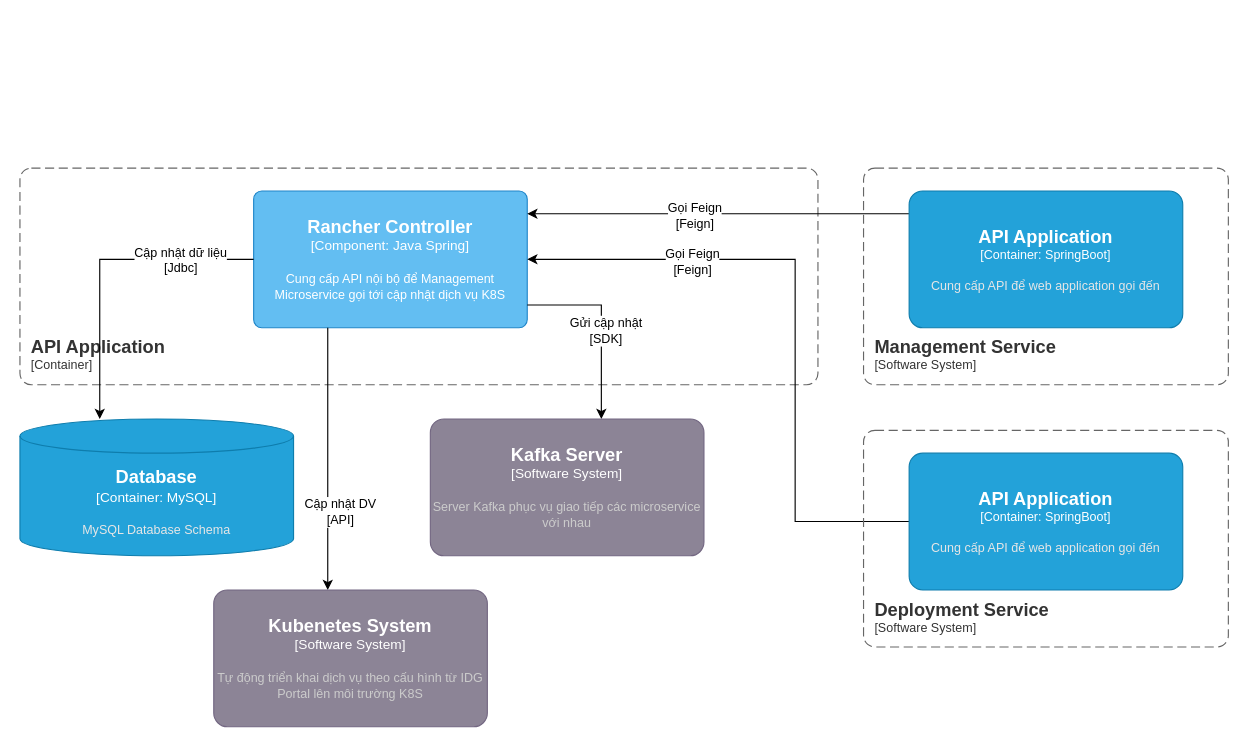
This is Idg-Portal lv3 api rancher.drawio from dangngocsoncntt/draw.io, a draw.io file, before an edit. Source tidied: cells renumbered, new cells numbered last; positions are measured from the earlier drawing's top-left corner, leaving out a move shared by most shapes. Both pictures are drawn from the tidied source at 114%, with x=0, y=0 at pixel (19, 168).
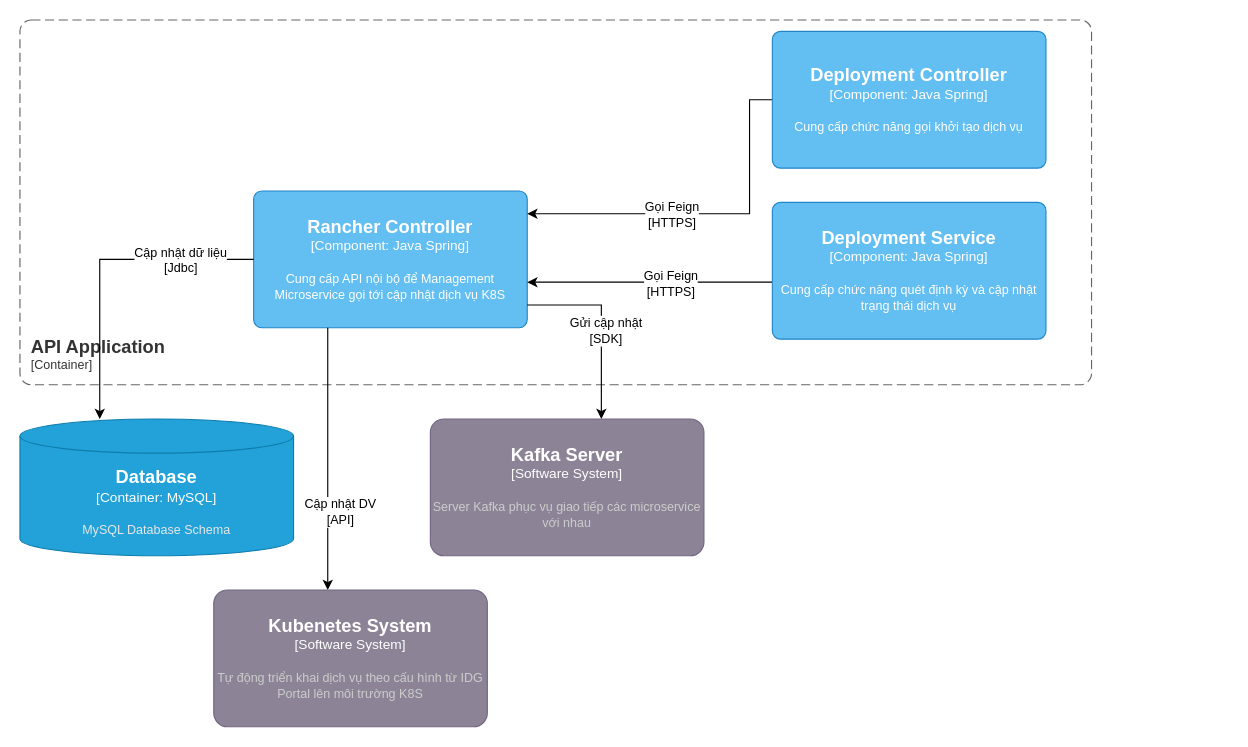
Above is the later version.

Unchanged cells that the change refers to:
```xml
<object id="3" label="&lt;font style=&quot;font-size: 16px&quot;&gt;&lt;b&gt;%c4Name%&lt;/b&gt;&lt;/font&gt;&lt;div&gt;[%c4Type%: %c4Technology%]&lt;/div&gt;&lt;br&gt;&lt;div&gt;&lt;font style=&quot;font-size: 11px&quot;&gt;%c4Description%&lt;/font&gt;&lt;/div&gt;" c4Description="Cung cấp API nội bộ để Management Microservice gọi tới cập nhật dịch vụ K8S" c4Name="Rancher Controller" c4Technology="Java Spring" c4Type="Component" placeholders="1">
  <mxCell style="rounded=1;whiteSpace=wrap;html=1;labelBackgroundColor=none;fillColor=#63BEF2;fontColor=#ffffff;align=center;arcSize=6;strokeColor=#2086C9;points=[[0.25,0,0],[0.5,0,0],[0.75,0,0],[1,0.25,0],[1,0.5,0],[1,0.75,0],[0.75,1,0],[0.5,1,0],[0.25,1,0],[0,0.75,0],[0,0.5,0],[0,0.25,0]];" parent="1" vertex="1">
    <mxGeometry x="205" y="20" width="240" height="120" as="geometry" />
  </mxCell>
</object>
```

The edit, as a diff of the source:
```diff
@@
     <object id="2" label="&lt;font style=&quot;font-size: 16px&quot;&gt;&lt;b&gt;&lt;div style=&quot;text-align: left&quot;&gt;%c4Name%&lt;/div&gt;&lt;/b&gt;&lt;/font&gt;&lt;div style=&quot;text-align: left&quot;&gt;[%c4Application%]&lt;/div&gt;" c4Application="Container" c4Name="API Application" placeholders="1">
       <mxCell style="rounded=1;fontSize=11;whiteSpace=wrap;html=1;dashed=1;arcSize=20;fillColor=none;strokeColor=#666666;fontColor=#333333;labelBackgroundColor=none;align=left;verticalAlign=bottom;labelBorderColor=none;spacingTop=0;spacing=10;dashPattern=8 4;perimeter=rectanglePerimeter;noLabel=0;labelPadding=0;absoluteArcSize=1;" parent="1" vertex="1">
-        <mxGeometry width="700" height="190" as="geometry" />
+        <mxGeometry y="-130" width="940" height="320" as="geometry" />
       </mxCell>
     </object>
@@
-    <mxCell id="13" style="edgeStyle=orthogonalEdgeStyle;rounded=0;jettySize=auto;html=1;" parent="1" edge="1" source="15" target="3">
+    <mxCell id="13" style="edgeStyle=orthogonalEdgeStyle;rounded=0;jettySize=auto;html=1;" parent="1" edge="1" source="21" target="3">
       <mxGeometry relative="1" as="geometry">
         <Array as="points">
-          <mxPoint x="680" y="40" />
-          <mxPoint x="680" y="40" />
+          <mxPoint x="640" y="-60" />
+          <mxPoint x="640" y="40" />
         </Array>
       </mxGeometry>
     </mxCell>
-    <mxCell id="14" value="Gọi Feign&lt;br&gt;[Feign]" style="edgeLabel;html=1;align=center;verticalAlign=middle;" parent="13" vertex="1">
-      <mxGeometry x="0.13" y="1" relative="1" as="geometry" />
+    <mxCell id="14" value="Gọi Feign&lt;br&gt;[HTTPS]" style="edgeLabel;html=1;align=center;verticalAlign=middle;" parent="13" vertex="1">
+      <mxGeometry x="0.13" y="1" relative="1" as="geometry">
+        <mxPoint x="-11" y="-1" as="offset" />
+      </mxGeometry>
     </mxCell>
-    <object id="15" label="&lt;font style=&quot;font-size: 16px&quot;&gt;&lt;b&gt;%c4Name%&lt;/b&gt;&lt;/font&gt;&lt;div&gt;[%c4Type%: %c4Technology%]&lt;/div&gt;&lt;br&gt;&lt;div&gt;&lt;font style=&quot;font-size: 11px&quot;&gt;&lt;font color=&quot;#E6E6E6&quot;&gt;%c4Description%&lt;/font&gt;&lt;/div&gt;" c4Description="Cung cấp API để web application gọi đến " c4Name="API Application" c4Technology="SpringBoot" c4Type="Container" placeholders="1">
-      <mxCell style="rounded=1;whiteSpace=wrap;html=1;fontSize=11;labelBackgroundColor=none;fillColor=#23A2D9;fontColor=#ffffff;align=center;arcSize=10;strokeColor=#0E7DAD;points=[[0.25,0,0],[0.5,0,0],[0.75,0,0],[1,0.25,0],[1,0.5,0],[1,0.75,0],[0.75,1,0],[0.5,1,0],[0.25,1,0],[0,0.75,0],[0,0.5,0],[0,0.25,0]];" parent="1" vertex="1">
-        <mxGeometry x="780" y="20" width="240" height="120" as="geometry" />
-      </mxCell>
-    </object>
-    <object id="16" label="&lt;font style=&quot;font-size: 16px&quot;&gt;&lt;b&gt;&lt;div style=&quot;text-align: left&quot;&gt;%c4Name%&lt;/div&gt;&lt;/b&gt;&lt;/font&gt;&lt;div style=&quot;text-align: left&quot;&gt;[%c4Application%]&lt;/div&gt;" c4Application="Software System" c4Name="Management Service" placeholders="1">
-      <mxCell style="rounded=1;fontSize=11;whiteSpace=wrap;html=1;dashed=1;arcSize=20;fillColor=none;strokeColor=#666666;fontColor=#333333;labelBackgroundColor=none;align=left;verticalAlign=bottom;labelBorderColor=none;spacingTop=0;spacing=10;dashPattern=8 4;perimeter=rectanglePerimeter;noLabel=0;labelPadding=0;absoluteArcSize=1;" parent="1" vertex="1">
-        <mxGeometry x="740" width="320" height="190" as="geometry" />
-      </mxCell>
-    </object>
-    <mxCell id="17" style="edgeStyle=orthogonalEdgeStyle;rounded=0;jettySize=auto;html=1;" parent="1" edge="1" source="19" target="3">
+    <mxCell id="17" style="edgeStyle=orthogonalEdgeStyle;rounded=0;jettySize=auto;html=1;" parent="1" edge="1" source="22" target="3">
       <mxGeometry relative="1" as="geometry">
         <Array as="points">
-          <mxPoint x="680" y="310" />
-          <mxPoint x="680" y="80" />
+          <mxPoint x="620" y="100" />
+          <mxPoint x="620" y="100" />
         </Array>
       </mxGeometry>
     </mxCell>
-    <mxCell id="18" value="Gọi Feign&lt;br style=&quot;border-color: var(--border-color);&quot;&gt;[Feign]" style="edgeLabel;html=1;align=center;verticalAlign=middle;" parent="17" vertex="1">
-      <mxGeometry x="0.49" y="1" relative="1" as="geometry" />
+    <mxCell id="18" value="Gọi Feign&lt;br style=&quot;border-color: var(--border-color);&quot;&gt;[HTTPS]" style="edgeLabel;html=1;align=center;verticalAlign=middle;" parent="17" vertex="1">
+      <mxGeometry x="0.49" y="1" relative="1" as="geometry">
+        <mxPoint x="70" as="offset" />
+      </mxGeometry>
     </mxCell>
-    <object id="19" label="&lt;font style=&quot;font-size: 16px&quot;&gt;&lt;b&gt;%c4Name%&lt;/b&gt;&lt;/font&gt;&lt;div&gt;[%c4Type%: %c4Technology%]&lt;/div&gt;&lt;br&gt;&lt;div&gt;&lt;font style=&quot;font-size: 11px&quot;&gt;&lt;font color=&quot;#E6E6E6&quot;&gt;%c4Description%&lt;/font&gt;&lt;/div&gt;" c4Description="Cung cấp API để web application gọi đến " c4Name="API Application" c4Technology="SpringBoot" c4Type="Container" placeholders="1">
-      <mxCell style="rounded=1;whiteSpace=wrap;html=1;fontSize=11;labelBackgroundColor=none;fillColor=#23A2D9;fontColor=#ffffff;align=center;arcSize=10;strokeColor=#0E7DAD;points=[[0.25,0,0],[0.5,0,0],[0.75,0,0],[1,0.25,0],[1,0.5,0],[1,0.75,0],[0.75,1,0],[0.5,1,0],[0.25,1,0],[0,0.75,0],[0,0.5,0],[0,0.25,0]];" parent="1" vertex="1">
-        <mxGeometry x="780" y="250" width="240" height="120" as="geometry" />
-      </mxCell>
-    </object>
-    <object id="20" label="&lt;font style=&quot;font-size: 16px&quot;&gt;&lt;b&gt;&lt;div style=&quot;text-align: left&quot;&gt;%c4Name%&lt;/div&gt;&lt;/b&gt;&lt;/font&gt;&lt;div style=&quot;text-align: left&quot;&gt;[%c4Application%]&lt;/div&gt;" c4Application="Software System" c4Name="Deployment Service" placeholders="1">
-      <mxCell style="rounded=1;fontSize=11;whiteSpace=wrap;html=1;dashed=1;arcSize=20;fillColor=none;strokeColor=#666666;fontColor=#333333;labelBackgroundColor=none;align=left;verticalAlign=bottom;labelBorderColor=none;spacingTop=0;spacing=10;dashPattern=8 4;perimeter=rectanglePerimeter;noLabel=0;labelPadding=0;absoluteArcSize=1;" parent="1" vertex="1">
-        <mxGeometry x="740" y="230" width="320" height="190" as="geometry" />
-      </mxCell>
-    </object>
+    <object id="21" label="&lt;font style=&quot;font-size: 16px&quot;&gt;&lt;b&gt;%c4Name%&lt;/b&gt;&lt;/font&gt;&lt;div&gt;[%c4Type%: %c4Technology%]&lt;/div&gt;&lt;br&gt;&lt;div&gt;&lt;font style=&quot;font-size: 11px&quot;&gt;%c4Description%&lt;/font&gt;&lt;/div&gt;" c4Description="Cung cấp chức năng gọi khởi tạo dịch vụ" c4Name="Deployment Controller" c4Technology="Java Spring" c4Type="Component" placeholders="1">
+      <mxCell style="rounded=1;whiteSpace=wrap;html=1;labelBackgroundColor=none;fillColor=#63BEF2;fontColor=#ffffff;align=center;arcSize=6;strokeColor=#2086C9;points=[[0.25,0,0],[0.5,0,0],[0.75,0,0],[1,0.25,0],[1,0.5,0],[1,0.75,0],[0.75,1,0],[0.5,1,0],[0.25,1,0],[0,0.75,0],[0,0.5,0],[0,0.25,0]];" parent="1" vertex="1">
+        <mxGeometry x="660" y="-120" width="240" height="120" as="geometry" />
+      </mxCell>
+    </object>
+    <object id="22" label="&lt;font style=&quot;font-size: 16px&quot;&gt;&lt;b&gt;%c4Name%&lt;/b&gt;&lt;/font&gt;&lt;div&gt;[%c4Type%: %c4Technology%]&lt;/div&gt;&lt;br&gt;&lt;div&gt;&lt;font style=&quot;font-size: 11px&quot;&gt;%c4Description%&lt;/font&gt;&lt;/div&gt;" c4Description="Cung cấp chức năng quét định kỳ và cập nhật trạng thái dịch vụ" c4Name="Deployment Service" c4Technology="Java Spring" c4Type="Component" placeholders="1">
+      <mxCell style="rounded=1;whiteSpace=wrap;html=1;labelBackgroundColor=none;fillColor=#63BEF2;fontColor=#ffffff;align=center;arcSize=6;strokeColor=#2086C9;points=[[0.25,0,0],[0.5,0,0],[0.75,0,0],[1,0.25,0],[1,0.5,0],[1,0.75,0],[0.75,1,0],[0.5,1,0],[0.25,1,0],[0,0.75,0],[0,0.5,0],[0,0.25,0]];" parent="1" vertex="1">
+        <mxGeometry x="660" y="30" width="240" height="120" as="geometry" />
+      </mxCell>
+    </object>
```
